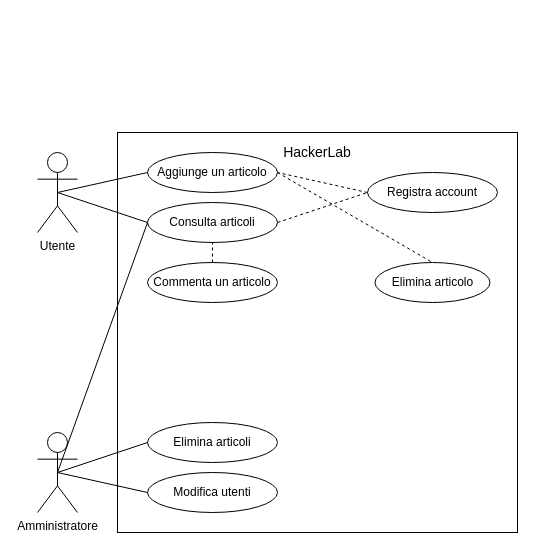
Above: documentazione/usecase/UseCase.drawio in filippofinke/HackerLab (draw.io), before the change. Source tidied: cells renumbered, new cells numbered last; positions are measured from the earlier drawing's top-left corner, leaving out a move shared by most shapes. Both pictures are drawn from the tidied source at 100%, with x=0, y=0 at pixel (37, 132).
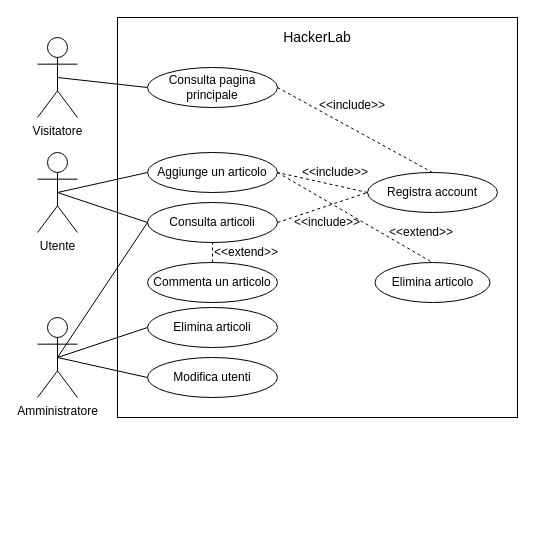
The same page after the edit.

Commit message (it also covers changes not shown here):
Updated usecase diagram and added png image

Unchanged cells that the change refers to:
```xml
<mxCell id="6" value="Consulta articoli" style="ellipse;whiteSpace=wrap;html=1;" parent="1" vertex="1">
  <mxGeometry x="110" y="70" width="130" height="40" as="geometry" />
</mxCell>
<mxCell id="7" value="Registra account" style="ellipse;whiteSpace=wrap;html=1;" parent="1" vertex="1">
  <mxGeometry x="330" y="40" width="130" height="40" as="geometry" />
</mxCell>
```

The edit, as a diff of the source:
```diff
@@
     <mxCell id="2" style="whiteSpace=wrap;html=1;" parent="1" vertex="1">
-      <mxGeometry x="80" width="400" height="400" as="geometry" />
+      <mxGeometry x="80" y="-115" width="400" height="400" as="geometry" />
     </mxCell>
     <mxCell id="3" value="&lt;font style=&quot;font-size: 14px&quot;&gt;HackerLab&lt;/font&gt;" style="text;html=1;strokeColor=none;fillColor=none;align=center;verticalAlign=middle;whiteSpace=wrap;rounded=0;" parent="1" vertex="1">
-      <mxGeometry x="260" y="10" width="40" height="20" as="geometry" />
+      <mxGeometry x="260" y="-105" width="40" height="20" as="geometry" />
     </mxCell>
@@
     <mxCell id="5" value="Amministratore" style="shape=umlActor;verticalLabelPosition=bottom;labelBackgroundColor=#ffffff;verticalAlign=top;html=1;outlineConnect=0;" parent="1" vertex="1">
-      <mxGeometry y="300" width="40" height="80" as="geometry" />
+      <mxGeometry y="185" width="40" height="80" as="geometry" />
     </mxCell>
@@
     <mxCell id="17" value="Elimina articoli" style="ellipse;whiteSpace=wrap;html=1;" parent="1" vertex="1">
-      <mxGeometry x="110" y="290" width="130" height="40" as="geometry" />
+      <mxGeometry x="110" y="175" width="130" height="40" as="geometry" />
     </mxCell>
     <mxCell id="18" value="Modifica utenti" style="ellipse;whiteSpace=wrap;html=1;" parent="1" vertex="1">
-      <mxGeometry x="110" y="340" width="130" height="40" as="geometry" />
+      <mxGeometry x="110" y="225" width="130" height="40" as="geometry" />
     </mxCell>
@@
     <mxCell id="21" style="endArrow=none;html=1;entryX=0;entryY=0.5;entryDx=0;entryDy=0;" parent="1" edge="1" target="6">
       <mxGeometry relative="1" as="geometry">
-        <mxPoint x="20" y="340" as="sourcePoint" />
+        <mxPoint x="20" y="225" as="sourcePoint" />
       </mxGeometry>
     </mxCell>
+    <mxCell id="22" value="&amp;lt;&amp;lt;extend&amp;gt;&amp;gt;" style="text;html=1;align=left;verticalAlign=top;spacingTop=-4;" parent="1" vertex="1">
+      <mxGeometry x="350" y="90" width="80" height="20" as="geometry" />
+    </mxCell>
+    <mxCell id="23" value="&amp;lt;&amp;lt;include&amp;gt;&amp;gt;" style="text;html=1;align=left;verticalAlign=top;spacingTop=-4;" parent="1" vertex="1">
+      <mxGeometry x="263" y="30" width="80" height="20" as="geometry" />
+    </mxCell>
+    <mxCell id="24" value="&amp;lt;&amp;lt;include&amp;gt;&amp;gt;" style="text;html=1;align=left;verticalAlign=top;spacingTop=-4;" parent="1" vertex="1">
+      <mxGeometry x="255" y="80" width="80" height="20" as="geometry" />
+    </mxCell>
+    <mxCell id="25" value="&amp;lt;&amp;lt;extend&amp;gt;&amp;gt;" style="text;html=1;align=left;verticalAlign=top;spacingTop=-4;" parent="1" vertex="1">
+      <mxGeometry x="175" y="110" width="80" height="20" as="geometry" />
+    </mxCell>
+    <mxCell id="26" value="Visitatore" style="shape=umlActor;verticalLabelPosition=bottom;labelBackgroundColor=#ffffff;verticalAlign=top;html=1;outlineConnect=0;" parent="1" vertex="1">
+      <mxGeometry y="-95" width="40" height="80" as="geometry" />
+    </mxCell>
+    <mxCell id="27" value="Consulta pagina principale" style="ellipse;whiteSpace=wrap;html=1;" parent="1" vertex="1">
+      <mxGeometry x="110" y="-65" width="130" height="40" as="geometry" />
+    </mxCell>
+    <mxCell id="28" style="endArrow=none;html=1;exitX=0.5;exitY=0.5;exitDx=0;exitDy=0;exitPerimeter=0;entryX=0;entryY=0.5;entryDx=0;entryDy=0;" parent="1" edge="1" source="26" target="27">
+      <mxGeometry relative="1" as="geometry" />
+    </mxCell>
+    <mxCell id="29" style="endArrow=none;dashed=1;html=1;entryX=0.5;entryY=0;entryDx=0;entryDy=0;exitX=1;exitY=0.5;exitDx=0;exitDy=0;" parent="1" edge="1" source="27" target="7">
+      <mxGeometry relative="1" as="geometry" />
+    </mxCell>
+    <mxCell id="30" value="&amp;lt;&amp;lt;include&amp;gt;&amp;gt;" style="text;html=1;align=left;verticalAlign=top;spacingTop=-4;" parent="1" vertex="1">
+      <mxGeometry x="280" y="-37.5" width="80" height="20" as="geometry" />
+    </mxCell>
```
